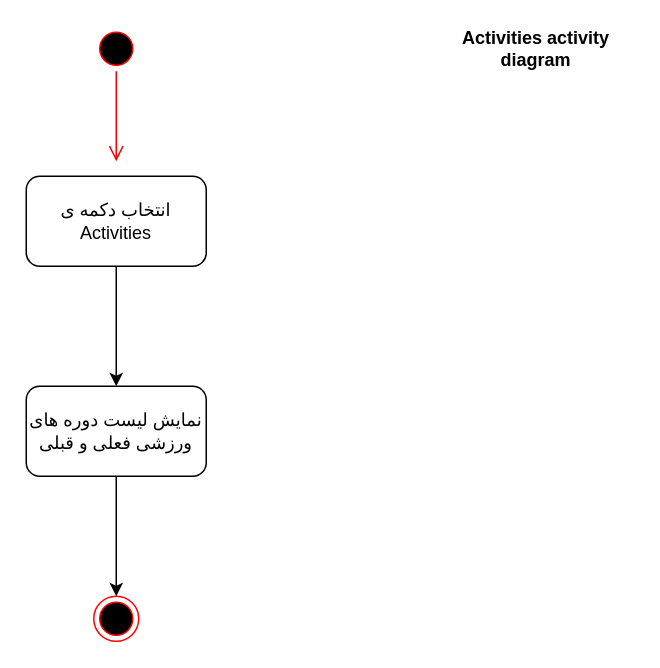
ShadiMe-flutter/Workout keeps this draw.io diagram as Docs./ActivityDiagram-Activities.drawio. Above is the earlier version. Source tidied: cells renumbered, new cells numbered last; positions are measured from the earlier drawing's top-left corner, leaving out a move shared by most shapes. Both pictures are drawn from the tidied source at 150%, with x=0, y=0 at pixel (26, 26).
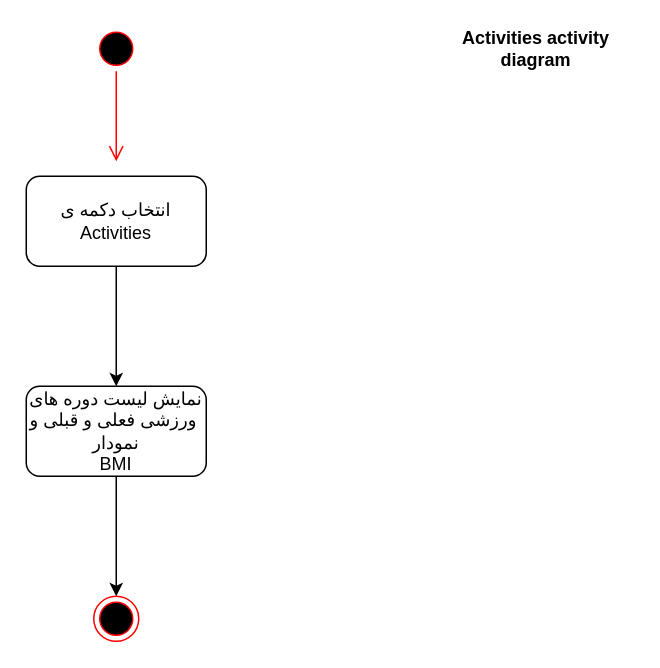
The same page after the edit.

Change to the diagram source:
```diff
@@
 <mxGraphModel>
   <root>
     <mxCell id="0" />
     <mxCell id="1" parent="0" />
     <mxCell id="2" style="ellipse;html=1;shape=startState;fillColor=#000000;strokeColor=#ff0000;" parent="1" vertex="1">
       <mxGeometry x="45" width="30" height="30" as="geometry" />
     </mxCell>
     <mxCell id="3" style="edgeStyle=orthogonalEdgeStyle;html=1;verticalAlign=bottom;endArrow=open;endSize=8;strokeColor=#ff0000;" parent="1" edge="1" source="2">
       <mxGeometry relative="1" as="geometry">
         <mxPoint x="60" y="90" as="targetPoint" />
       </mxGeometry>
     </mxCell>
     <mxCell id="4" style="edgeStyle=orthogonalEdgeStyle;rounded=0;jettySize=auto;html=1;" parent="1" edge="1" source="5" target="7">
       <mxGeometry relative="1" as="geometry" />
     </mxCell>
     <mxCell id="5" value="&lt;div&gt;انتخاب دکمه ی &lt;br&gt;&lt;/div&gt;&lt;div&gt;Activities &lt;br&gt;&lt;/div&gt;" style="rounded=1;whiteSpace=wrap;html=1;" parent="1" vertex="1">
       <mxGeometry y="100" width="120" height="60" as="geometry" />
     </mxCell>
     <mxCell id="6" style="edgeStyle=orthogonalEdgeStyle;rounded=0;jettySize=auto;html=1;entryX=0.5;entryY=0;entryDx=0;entryDy=0;" parent="1" edge="1" source="7" target="8">
       <mxGeometry relative="1" as="geometry" />
     </mxCell>
-    <mxCell id="7" value="نمایش لیست دوره های ورزشی فعلی و قبلی" style="rounded=1;whiteSpace=wrap;html=1;" parent="1" vertex="1">
+    <mxCell id="7" value="نمایش لیست دوره های &amp;nbsp;ورزشی فعلی و قبلی و نمودار&lt;br&gt;BMI" style="rounded=1;whiteSpace=wrap;html=1;" parent="1" vertex="1">
       <mxGeometry y="240" width="120" height="60" as="geometry" />
     </mxCell>
     <mxCell id="8" style="ellipse;html=1;shape=endState;fillColor=#000000;strokeColor=#ff0000;" parent="1" vertex="1">
       <mxGeometry x="45" y="380" width="30" height="30" as="geometry" />
     </mxCell>
     <mxCell id="9" value="&lt;b&gt;Activities activity diagram&lt;/b&gt;" style="text;html=1;strokeColor=none;fillColor=none;align=center;verticalAlign=middle;whiteSpace=wrap;rounded=0;" parent="1" vertex="1">
       <mxGeometry x="275" y="10" width="130" height="10" as="geometry" />
     </mxCell>
   </root>
 </mxGraphModel>
```
